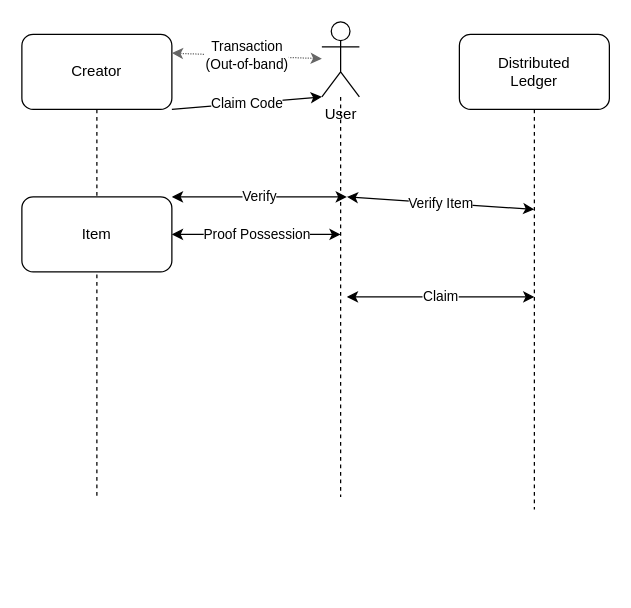
open-metabridge-foundation/protocol keeps this draw.io diagram as page "generic flow" (12 of 12) of diagrams/overview.drawio. Above is the earlier version. Source tidied: cells renumbered, new cells numbered last; positions are measured from the earlier drawing's top-left corner, leaving out a move shared by most shapes. Both pictures are drawn from the tidied source at 125%, with x=0, y=0 at pixel (21, 21).
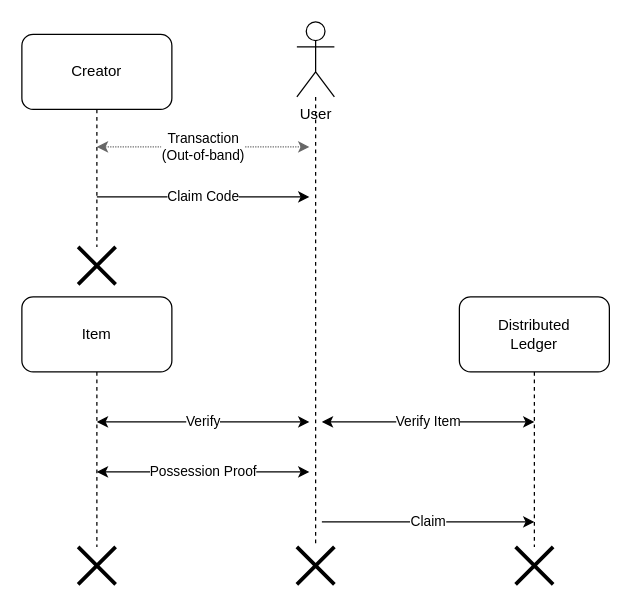
Above is the later version.

Unchanged cells that the change refers to:
```xml
<mxCell id="4" value="Creator" style="rounded=1;whiteSpace=wrap;html=1;" parent="1" vertex="1">
  <mxGeometry y="10" width="120" height="60" as="geometry" />
</mxCell>
```

What changed in the source:
```diff
@@
-    <mxCell id="2" value="Claim Code" style="edgeStyle=none;rounded=0;jettySize=auto;html=1;startArrow=none;startFill=0;strokeWidth=1;exitX=1;exitY=1;exitDx=0;exitDy=0;entryX=0;entryY=1;entryDx=0;entryDy=0;entryPerimeter=0;" parent="1" edge="1" source="4" target="14">
-      <mxGeometry relative="1" as="geometry" />
+    <mxCell id="2" value="Claim Code" style="edgeStyle=none;rounded=0;orthogonalLoop=1;jettySize=auto;html=1;startArrow=none;startFill=0;strokeWidth=1;" parent="1" edge="1">
+      <mxGeometry relative="1" as="geometry">
+        <mxPoint x="60" y="140" as="sourcePoint" />
+        <mxPoint x="230" y="140" as="targetPoint" />
+      </mxGeometry>
     </mxCell>
-    <mxCell id="3" style="edgeStyle=none;rounded=0;jettySize=auto;html=1;startArrow=none;startFill=0;strokeColor=default;strokeWidth=1;endArrow=none;endFill=0;dashed=1;" parent="1" edge="1" source="4">
-      <mxGeometry relative="1" as="geometry">
-        <mxPoint x="60" y="380" as="targetPoint" />
-      </mxGeometry>
-    </mxCell>
@@
-    <mxCell id="5" value="Proof Possession" style="edgeStyle=none;rounded=0;jettySize=auto;html=1;startArrow=classic;startFill=1;strokeWidth=1;" parent="1" edge="1" source="6">
+    <mxCell id="5" value="Possession Proof" style="edgeStyle=none;rounded=0;orthogonalLoop=1;jettySize=auto;html=1;startArrow=classic;startFill=1;strokeWidth=1;" parent="1" edge="1">
       <mxGeometry relative="1" as="geometry">
-        <mxPoint x="255" y="170" as="targetPoint" />
+        <mxPoint x="60" y="360" as="sourcePoint" />
+        <mxPoint x="230" y="360" as="targetPoint" />
       </mxGeometry>
     </mxCell>
     <mxCell id="6" value="Item" style="rounded=1;whiteSpace=wrap;html=1;" parent="1" vertex="1">
-      <mxGeometry y="140" width="120" height="60" as="geometry" />
+      <mxGeometry y="220" width="120" height="60" as="geometry" />
     </mxCell>
     <mxCell id="7" value="Verify Item" style="edgeStyle=none;rounded=0;orthogonalLoop=1;jettySize=auto;html=1;startArrow=classic;startFill=1;strokeColor=default;strokeWidth=1;" parent="1" edge="1">
       <mxGeometry relative="1" as="geometry">
-        <mxPoint x="410" y="150" as="sourcePoint" />
-        <mxPoint x="260" y="140" as="targetPoint" />
+        <mxPoint x="410" y="320" as="sourcePoint" />
+        <mxPoint x="240" y="320" as="targetPoint" />
       </mxGeometry>
     </mxCell>
-    <mxCell id="8" style="edgeStyle=none;rounded=0;jettySize=auto;html=1;dashed=1;startArrow=none;startFill=0;endArrow=none;endFill=0;strokeColor=default;strokeWidth=1;" parent="1" edge="1" source="9">
-      <mxGeometry relative="1" as="geometry">
-        <mxPoint x="410" y="390" as="targetPoint" />
-      </mxGeometry>
-    </mxCell>
     <mxCell id="9" value="Distributed&lt;br&gt;Ledger" style="rounded=1;whiteSpace=wrap;html=1;" parent="1" vertex="1">
-      <mxGeometry x="350" y="10" width="120" height="60" as="geometry" />
+      <mxGeometry x="350" y="220" width="120" height="60" as="geometry" />
     </mxCell>
     <mxCell id="10" value="Verify" style="rounded=0;orthogonalLoop=1;jettySize=auto;html=1;startArrow=classic;startFill=1;" parent="1" edge="1">
       <mxGeometry relative="1" as="geometry">
-        <mxPoint x="260" y="140" as="sourcePoint" />
-        <mxPoint x="120" y="140" as="targetPoint" />
+        <mxPoint x="230" y="320" as="sourcePoint" />
+        <mxPoint x="60" y="320" as="targetPoint" />
       </mxGeometry>
     </mxCell>
-    <mxCell id="11" value="Claim" style="rounded=0;orthogonalLoop=1;jettySize=auto;html=1;startArrow=classic;startFill=1;" parent="1" edge="1">
+    <mxCell id="11" value="Claim" style="rounded=0;orthogonalLoop=1;jettySize=auto;html=1;startArrow=none;startFill=0;" parent="1" edge="1">
       <mxGeometry relative="1" as="geometry">
-        <mxPoint x="260" y="220" as="sourcePoint" />
-        <mxPoint x="410" y="220" as="targetPoint" />
+        <mxPoint x="240" y="400" as="sourcePoint" />
+        <mxPoint x="410" y="400" as="targetPoint" />
       </mxGeometry>
     </mxCell>
-    <mxCell id="12" value="Transaction&lt;br&gt;(Out-of-band)" style="edgeStyle=none;rounded=0;jettySize=auto;html=1;entryX=1;entryY=0.25;entryDx=0;entryDy=0;startArrow=classic;startFill=1;strokeWidth=1;strokeColor=#666666;dashed=1;dashPattern=1 1;fillColor=#f5f5f5;" parent="1" edge="1" source="14" target="4">
-      <mxGeometry relative="1" as="geometry" />
+    <mxCell id="12" value="Transaction&lt;br&gt;(Out-of-band)" style="edgeStyle=none;rounded=0;orthogonalLoop=1;jettySize=auto;html=1;startArrow=classic;startFill=1;strokeWidth=1;strokeColor=#666666;dashed=1;dashPattern=1 1;fillColor=#f5f5f5;" parent="1" edge="1">
+      <mxGeometry relative="1" as="geometry">
+        <mxPoint x="230" y="100" as="sourcePoint" />
+        <mxPoint x="60" y="100" as="targetPoint" />
+      </mxGeometry>
     </mxCell>
-    <mxCell id="13" style="edgeStyle=none;rounded=0;jettySize=auto;html=1;dashed=1;startArrow=none;startFill=0;endArrow=none;endFill=0;strokeColor=default;strokeWidth=1;" parent="1" edge="1" source="14">
-      <mxGeometry relative="1" as="geometry">
-        <mxPoint x="255" y="380" as="targetPoint" />
-      </mxGeometry>
-    </mxCell>
     <mxCell id="14" value="User" style="shape=umlActor;verticalLabelPosition=bottom;verticalAlign=top;html=1;outlineConnect=0;" parent="1" vertex="1">
-      <mxGeometry x="240" width="30" height="60" as="geometry" />
+      <mxGeometry x="220" width="30" height="60" as="geometry" />
     </mxCell>
+    <mxCell id="15" style="shape=umlDestroy;whiteSpace=wrap;html=1;strokeWidth=3;" parent="1" vertex="1">
+      <mxGeometry x="45" y="180" width="30" height="30" as="geometry" />
+    </mxCell>
+    <mxCell id="16" style="edgeStyle=none;rounded=0;jettySize=auto;html=1;startArrow=none;startFill=0;strokeColor=default;strokeWidth=1;endArrow=none;endFill=0;dashed=1;" parent="1" edge="1" source="4" target="15">
+      <mxGeometry relative="1" as="geometry" />
+    </mxCell>
+    <mxCell id="17" style="shape=umlDestroy;whiteSpace=wrap;html=1;strokeWidth=3;" parent="1" vertex="1">
+      <mxGeometry x="45" y="420" width="30" height="30" as="geometry" />
+    </mxCell>
+    <mxCell id="18" style="edgeStyle=none;rounded=0;jettySize=auto;html=1;startArrow=none;startFill=0;strokeColor=default;strokeWidth=1;endArrow=none;endFill=0;dashed=1;" parent="1" edge="1" source="6" target="17">
+      <mxGeometry relative="1" as="geometry" />
+    </mxCell>
+    <mxCell id="19" style="shape=umlDestroy;whiteSpace=wrap;html=1;strokeWidth=3;" parent="1" vertex="1">
+      <mxGeometry x="220" y="420" width="30" height="30" as="geometry" />
+    </mxCell>
+    <mxCell id="20" style="edgeStyle=none;rounded=0;jettySize=auto;html=1;dashed=1;startArrow=none;startFill=0;endArrow=none;endFill=0;strokeColor=default;strokeWidth=1;" parent="1" edge="1" source="14" target="19">
+      <mxGeometry relative="1" as="geometry" />
+    </mxCell>
+    <mxCell id="21" style="shape=umlDestroy;whiteSpace=wrap;html=1;strokeWidth=3;" parent="1" vertex="1">
+      <mxGeometry x="395" y="420" width="30" height="30" as="geometry" />
+    </mxCell>
+    <mxCell id="22" style="edgeStyle=none;rounded=0;jettySize=auto;html=1;dashed=1;startArrow=none;startFill=0;endArrow=none;endFill=0;strokeColor=default;strokeWidth=1;" parent="1" edge="1" source="9" target="21">
+      <mxGeometry relative="1" as="geometry" />
+    </mxCell>
```
